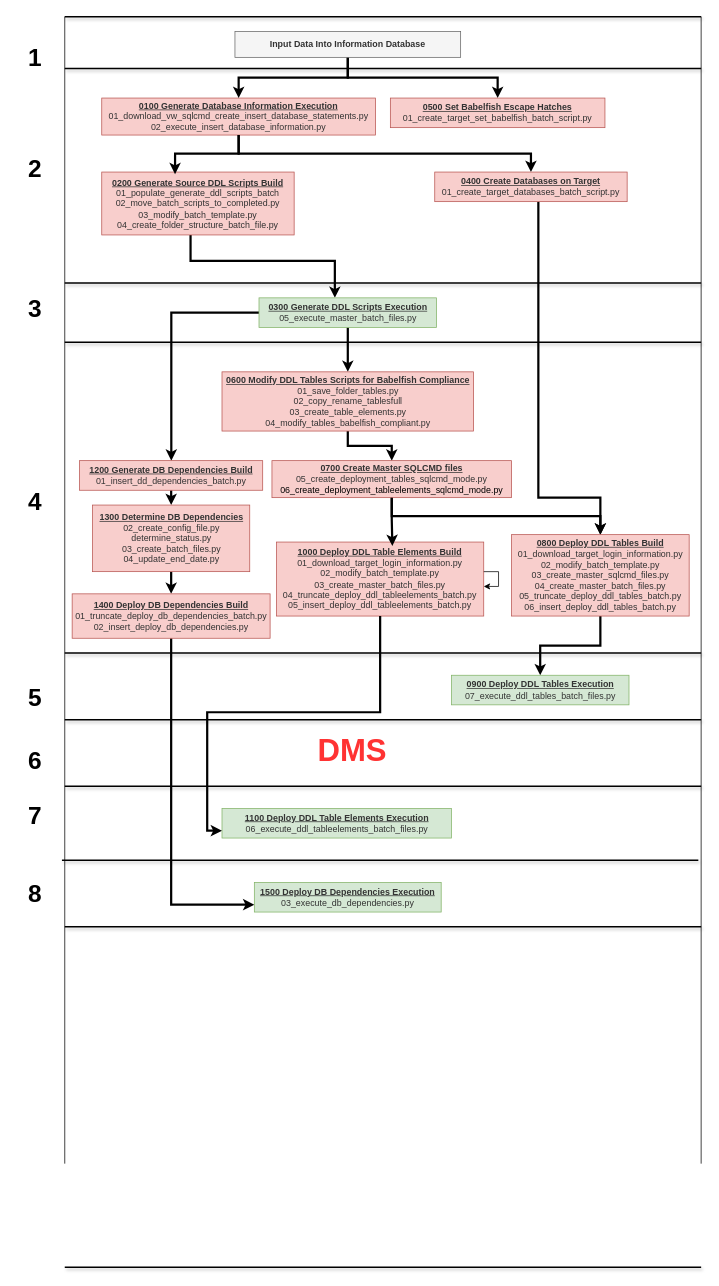
Earlier version of the draw.io diagram Babelfish Deployment Utility Alpha.drawio (smpetersgithub/draw-diagrams-depot). Source tidied: cells renumbered, new cells numbered last; positions are measured from the earlier drawing's top-left corner, leaving out a move shared by most shapes. Both pictures are drawn from the tidied source at 74%, with x=0, y=0 at pixel (13, 16).
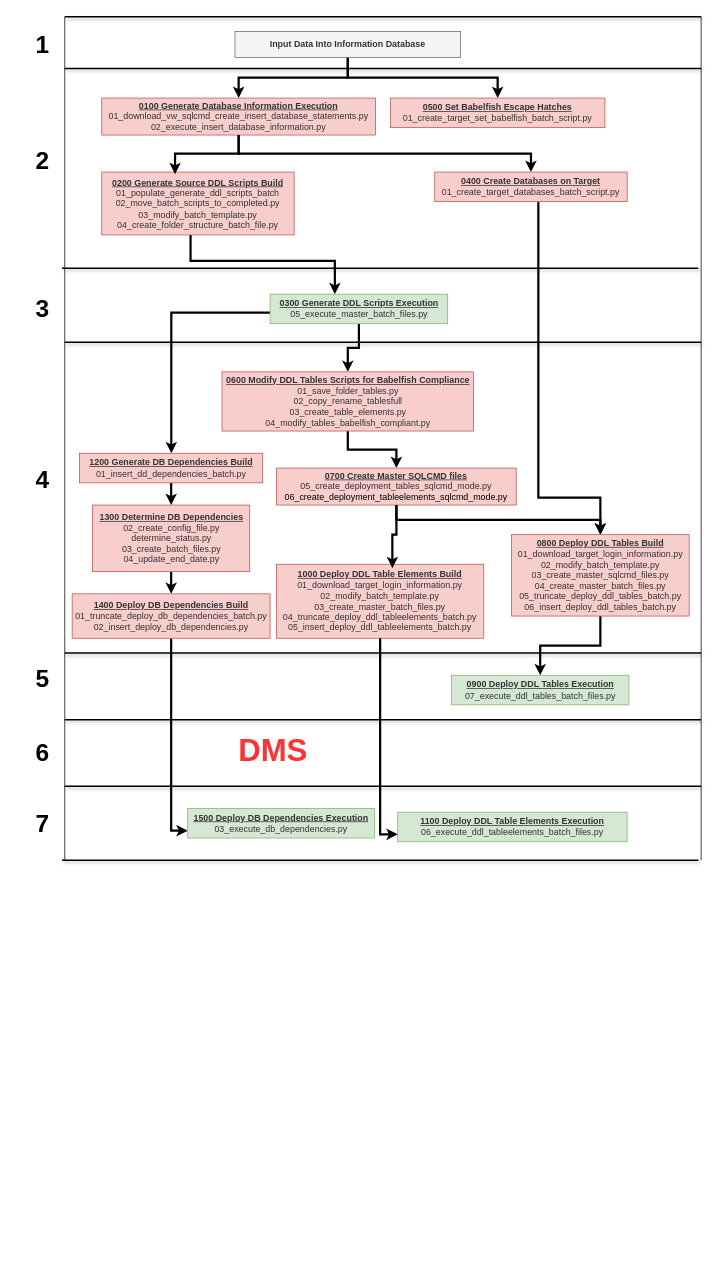
After the change.

Change to the diagram source:
```diff
@@
     <mxCell id="10" value="&lt;span style=&quot;color: rgb(51, 51, 51);&quot;&gt;&lt;b&gt;&lt;u&gt;0300 Generate DDL Scripts Execution&lt;/u&gt;&lt;/b&gt;&lt;/span&gt;&lt;div&gt;&lt;font color=&quot;#333333&quot;&gt;05_execute_master_batch_files.py&lt;/font&gt;&lt;br&gt;&lt;/div&gt;" style="rounded=0;whiteSpace=wrap;html=1;fillColor=#d5e8d4;strokeColor=#82b366;" parent="1" vertex="1">
-      <mxGeometry x="332.5" y="380" width="240" height="40" as="geometry" />
+      <mxGeometry x="347.5" y="375" width="240" height="40" as="geometry" />
     </mxCell>
@@
     <mxCell id="16" value="&lt;span style=&quot;color: rgb(51, 51, 51);&quot;&gt;&lt;b&gt;&lt;u&gt;0700 Create Master SQLCMD files&lt;/u&gt;&lt;/b&gt;&lt;/span&gt;&lt;div&gt;&lt;font style=&quot;&quot; color=&quot;#333333&quot;&gt;05_create_deployment_tables_sqlcmd_mode.py&lt;/font&gt;&lt;br&gt;&lt;/div&gt;&lt;div&gt;06_create_deployment_tableelements_sqlcmd_mode.py&lt;br&gt;&lt;/div&gt;" style="rounded=0;whiteSpace=wrap;html=1;fillColor=#f8cecc;strokeColor=#b85450;" parent="1" vertex="1">
-      <mxGeometry x="350" y="600" width="323.8" height="50" as="geometry" />
+      <mxGeometry x="356.3" y="610" width="323.8" height="50" as="geometry" />
     </mxCell>
@@
     <mxCell id="20" value="&lt;span style=&quot;color: rgb(51, 51, 51);&quot;&gt;&lt;b&gt;&lt;u&gt;1000 Deploy DDL Table Elements Build&lt;/u&gt;&lt;/b&gt;&lt;/span&gt;&lt;div&gt;&lt;font style=&quot;&quot; color=&quot;#333333&quot;&gt;01_download_target_login_information.py&lt;/font&gt;&lt;br&gt;&lt;/div&gt;&lt;div&gt;&lt;font color=&quot;#333333&quot;&gt;02_modify_batch_template.py&lt;/font&gt;&lt;/div&gt;&lt;div&gt;&lt;font color=&quot;#333333&quot;&gt;03_create_master_batch_files.py&lt;br&gt;&lt;/font&gt;&lt;/div&gt;&lt;div&gt;&lt;font color=&quot;#333333&quot;&gt;04_truncate_deploy_ddl_tableelements_batch.py&lt;br&gt;&lt;/font&gt;&lt;/div&gt;&lt;div&gt;&lt;font color=&quot;#333333&quot;&gt;05_insert_deploy_ddl_tableelements_batch.py&lt;/font&gt;&lt;/div&gt;" style="rounded=0;whiteSpace=wrap;html=1;fillColor=#f8cecc;strokeColor=#b85450;" parent="1" vertex="1">
-      <mxGeometry x="356.2" y="710" width="280" height="100" as="geometry" />
+      <mxGeometry x="356.2" y="740" width="280" height="100" as="geometry" />
     </mxCell>
     <mxCell id="21" value="&lt;span style=&quot;color: rgb(51, 51, 51);&quot;&gt;&lt;b&gt;&lt;u&gt;1100 Deploy DDL Table Elements Execution&lt;/u&gt;&lt;/b&gt;&lt;/span&gt;&lt;div&gt;&lt;font color=&quot;#333333&quot;&gt;06_execute_ddl_tableelements_batch_files.py&lt;/font&gt;&lt;br&gt;&lt;/div&gt;" style="rounded=0;whiteSpace=wrap;html=1;fillColor=#d5e8d4;strokeColor=#82b366;" parent="1" vertex="1">
-      <mxGeometry x="282.5" y="1070" width="310" height="40" as="geometry" />
+      <mxGeometry x="520" y="1075" width="310" height="40" as="geometry" />
     </mxCell>
@@
     <mxCell id="23" value="&lt;span style=&quot;color: rgb(51, 51, 51);&quot;&gt;&lt;b&gt;&lt;u&gt;1200 Generate DB Dependencies Build&lt;/u&gt;&lt;/b&gt;&lt;/span&gt;&lt;div&gt;&lt;font color=&quot;#333333&quot;&gt;01_insert_dd_dependencies_batch.py&lt;/font&gt;&lt;br&gt;&lt;/div&gt;" style="rounded=0;whiteSpace=wrap;html=1;fillColor=#f8cecc;strokeColor=#b85450;" parent="1" vertex="1">
-      <mxGeometry x="90" y="600" width="247.5" height="40" as="geometry" />
+      <mxGeometry x="90" y="590" width="247.5" height="40" as="geometry" />
     </mxCell>
@@
     <mxCell id="28" value="&lt;span style=&quot;color: rgb(51, 51, 51);&quot;&gt;&lt;b&gt;&lt;u&gt;1500 Deploy DB Dependencies Execution&lt;/u&gt;&lt;/b&gt;&lt;/span&gt;&lt;div&gt;&lt;font color=&quot;#333333&quot;&gt;03_execute_db_dependencies.py&lt;/font&gt;&lt;br&gt;&lt;/div&gt;" style="rounded=0;whiteSpace=wrap;html=1;fillColor=#d5e8d4;strokeColor=#82b366;" parent="1" vertex="1">
-      <mxGeometry x="326.2" y="1170" width="252.5" height="40" as="geometry" />
+      <mxGeometry x="236.2" y="1070" width="252.5" height="40" as="geometry" />
     </mxCell>
@@
     <mxCell id="32" value="&lt;h1 style=&quot;margin-top: 0px;&quot;&gt;&lt;font style=&quot;font-size: 42px;&quot; color=&quot;#ff3333&quot;&gt;DMS&lt;/font&gt;&lt;/h1&gt;" style="text;html=1;whiteSpace=wrap;overflow=hidden;rounded=0;" parent="1" vertex="1">
-      <mxGeometry x="410" y="960" width="120" height="50" as="geometry" />
+      <mxGeometry x="302.5" y="960" width="120" height="50" as="geometry" />
     </mxCell>
     <mxCell id="33" value="&lt;font style=&quot;font-size: 33px;&quot;&gt;&lt;b&gt;1&lt;/b&gt;&lt;/font&gt;" style="text;html=1;align=center;verticalAlign=middle;whiteSpace=wrap;rounded=0;" parent="1" vertex="1">
-      <mxGeometry y="40" width="60" height="30" as="geometry" />
+      <mxGeometry x="10" y="22.5" width="60" height="30" as="geometry" />
     </mxCell>
     <mxCell id="34" value="&lt;font style=&quot;font-size: 33px;&quot;&gt;&lt;b&gt;3&lt;/b&gt;&lt;/font&gt;" style="text;html=1;align=center;verticalAlign=middle;whiteSpace=wrap;rounded=0;" parent="1" vertex="1">
-      <mxGeometry y="380" width="60" height="30" as="geometry" />
+      <mxGeometry x="10" y="380" width="60" height="30" as="geometry" />
     </mxCell>
     <mxCell id="35" value="&lt;font style=&quot;font-size: 33px;&quot;&gt;&lt;b&gt;2&lt;/b&gt;&lt;/font&gt;" style="text;html=1;align=center;verticalAlign=middle;whiteSpace=wrap;rounded=0;" parent="1" vertex="1">
-      <mxGeometry y="190" width="60" height="30" as="geometry" />
+      <mxGeometry x="10" y="180" width="60" height="30" as="geometry" />
     </mxCell>
     <mxCell id="36" value="&lt;font style=&quot;font-size: 33px;&quot;&gt;&lt;b&gt;4&lt;/b&gt;&lt;/font&gt;" style="text;html=1;align=center;verticalAlign=middle;whiteSpace=wrap;rounded=0;" parent="1" vertex="1">
-      <mxGeometry y="640" width="60" height="30" as="geometry" />
+      <mxGeometry x="10" y="610" width="60" height="30" as="geometry" />
     </mxCell>
     <mxCell id="37" value="&lt;font style=&quot;font-size: 33px;&quot;&gt;&lt;b&gt;5&lt;/b&gt;&lt;/font&gt;" style="text;html=1;align=center;verticalAlign=middle;whiteSpace=wrap;rounded=0;" parent="1" vertex="1">
-      <mxGeometry y="905" width="60" height="30" as="geometry" />
+      <mxGeometry x="10" y="880" width="60" height="30" as="geometry" />
     </mxCell>
     <mxCell id="38" value="&lt;font style=&quot;font-size: 33px;&quot;&gt;&lt;b&gt;6&lt;/b&gt;&lt;/font&gt;" style="text;html=1;align=center;verticalAlign=middle;whiteSpace=wrap;rounded=0;" parent="1" vertex="1">
-      <mxGeometry y="990" width="60" height="30" as="geometry" />
+      <mxGeometry x="10" y="980" width="60" height="30" as="geometry" />
     </mxCell>
     <mxCell id="39" value="&lt;font style=&quot;font-size: 33px;&quot;&gt;&lt;b&gt;7&lt;/b&gt;&lt;/font&gt;" style="text;html=1;align=center;verticalAlign=middle;whiteSpace=wrap;rounded=0;" parent="1" vertex="1">
-      <mxGeometry y="1065" width="60" height="30" as="geometry" />
+      <mxGeometry x="10" y="1075" width="60" height="30" as="geometry" />
     </mxCell>
-    <mxCell id="40" value="&lt;font style=&quot;font-size: 33px;&quot;&gt;&lt;b&gt;8&lt;/b&gt;&lt;/font&gt;" style="text;html=1;align=center;verticalAlign=middle;whiteSpace=wrap;rounded=0;" parent="1" vertex="1">
-      <mxGeometry y="1170" width="60" height="30" as="geometry" />
-    </mxCell>
@@
     <mxCell id="43" style="endArrow=none;html=1;rounded=0;" parent="1" edge="1">
       <mxGeometry relative="1" as="geometry">
-        <mxPoint x="70" y="1550" as="sourcePoint" />
+        <mxPoint x="70" y="1140" as="sourcePoint" />
         <mxPoint x="70" as="targetPoint" />
       </mxGeometry>
     </mxCell>
     <mxCell id="44" style="endArrow=none;html=1;rounded=0;strokeWidth=2;shadow=1;" parent="1" edge="1">
       <mxGeometry relative="1" as="geometry">
-        <mxPoint x="70" y="360" as="sourcePoint" />
-        <mxPoint x="930" y="360" as="targetPoint" />
+        <mxPoint x="66.2" y="340" as="sourcePoint" />
+        <mxPoint x="926.2" y="340" as="targetPoint" />
       </mxGeometry>
     </mxCell>
@@
-    <mxCell id="50" style="endArrow=none;html=1;rounded=0;strokeWidth=2;shadow=1;" parent="1" edge="1">
-      <mxGeometry relative="1" as="geometry">
-        <mxPoint x="70" y="1230" as="sourcePoint" />
-        <mxPoint x="930" y="1230" as="targetPoint" />
-      </mxGeometry>
-    </mxCell>
-    <mxCell id="51" style="endArrow=none;html=1;rounded=0;strokeWidth=2;shadow=1;" parent="1" edge="1">
-      <mxGeometry relative="1" as="geometry">
-        <mxPoint x="70" y="1690" as="sourcePoint" />
-        <mxPoint x="930" y="1690" as="targetPoint" />
-      </mxGeometry>
-    </mxCell>
@@
     <mxCell id="53" style="endArrow=none;html=1;rounded=0;" parent="1" edge="1">
       <mxGeometry relative="1" as="geometry">
-        <mxPoint x="930" y="1550" as="sourcePoint" />
+        <mxPoint x="930" y="1140" as="sourcePoint" />
         <mxPoint x="930" as="targetPoint" />
       </mxGeometry>
     </mxCell>
-    <mxCell id="54" style="edgeStyle=orthogonalEdgeStyle;rounded=0;orthogonalLoop=1;jettySize=auto;html=1;" parent="1" edge="1" source="20" target="20">
-      <mxGeometry relative="1" as="geometry" />
-    </mxCell>
```
